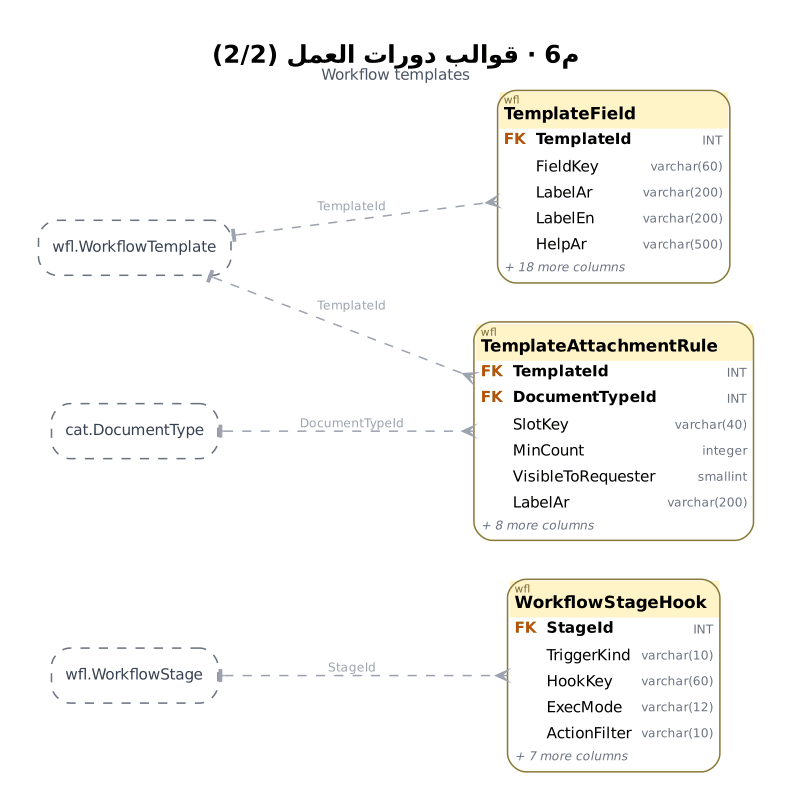
Before: treasury-platform/docs/diagrams/pro/m6_wf_templates_2.png, a diagram exported from Graphviz (thawrasy/smartlines). Its source is kept beside it as treasury-platform/docs/diagrams/pro/src/m6_wf_templates_2.dot. Its diagram source:
```dot
digraph G {
  graph [fontname="DejaVu Sans", label=<<B><FONT POINT-SIZE="16">م6 · قوالب دورات العمل (2/2)</FONT></B><BR/><FONT POINT-SIZE="10" COLOR="#4B5563">Workflow templates</FONT>>, labelloc=t, rankdir=LR, splines=true, nodesep=0.35, ranksep=1.25, pad=0.35, bgcolor="white", dpi=110];
  node [fontname="DejaVu Sans", fontsize=10];
  edge [fontname="DejaVu Sans", fontsize=8, color="#374151", arrowsize=0.75];
  "wfl.WorkflowStageHook" [shape=plain, label=<<TABLE BORDER="1" COLOR="#8A7A3A" CELLBORDER="0" CELLSPACING="0" CELLPADDING="3" STYLE="rounded" BGCOLOR="white"><TR><TD COLSPAN="3" BGCOLOR="#FFF4C7" ALIGN="LEFT"><FONT POINT-SIZE="7" COLOR="#7A6A2E">wfl</FONT><BR ALIGN="LEFT"/><FONT POINT-SIZE="11"><B>WorkflowStageHook</B></FONT></TD></TR><TR><TD ALIGN="LEFT"><FONT COLOR="#B45309"><B>FK</B></FONT></TD><TD ALIGN="LEFT"><B>StageId</B></TD><TD ALIGN="RIGHT"><FONT COLOR="#6B7280" POINT-SIZE="8">INT</FONT></TD></TR><TR><TD ALIGN="LEFT"></TD><TD ALIGN="LEFT">TriggerKind</TD><TD ALIGN="RIGHT"><FONT COLOR="#6B7280" POINT-SIZE="8">varchar(10)</FONT></TD></TR><TR><TD ALIGN="LEFT"></TD><TD ALIGN="LEFT">HookKey</TD><TD ALIGN="RIGHT"><FONT COLOR="#6B7280" POINT-SIZE="8">varchar(60)</FONT></TD></TR><TR><TD ALIGN="LEFT"></TD><TD ALIGN="LEFT">ExecMode</TD><TD ALIGN="RIGHT"><FONT COLOR="#6B7280" POINT-SIZE="8">varchar(12)</FONT></TD></TR><TR><TD ALIGN="LEFT"></TD><TD ALIGN="LEFT">ActionFilter</TD><TD ALIGN="RIGHT"><FONT COLOR="#6B7280" POINT-SIZE="8">varchar(10)</FONT></TD></TR><TR><TD COLSPAN="3" ALIGN="LEFT"><FONT POINT-SIZE="8" COLOR="#6B7280"><I>+ 7 more columns</I></FONT></TD></TR></TABLE>>];
  "wfl.TemplateField" [shape=plain, label=<<TABLE BORDER="1" COLOR="#8A7A3A" CELLBORDER="0" CELLSPACING="0" CELLPADDING="3" STYLE="rounded" BGCOLOR="white"><TR><TD COLSPAN="3" BGCOLOR="#FFF4C7" ALIGN="LEFT"><FONT POINT-SIZE="7" COLOR="#7A6A2E">wfl</FONT><BR ALIGN="LEFT"/><FONT POINT-SIZE="11"><B>TemplateField</B></FONT></TD></TR><TR><TD ALIGN="LEFT"><FONT COLOR="#B45309"><B>FK</B></FONT></TD><TD ALIGN="LEFT"><B>TemplateId</B></TD><TD ALIGN="RIGHT"><FONT COLOR="#6B7280" POINT-SIZE="8">INT</FONT></TD></TR><TR><TD ALIGN="LEFT"></TD><TD ALIGN="LEFT">FieldKey</TD><TD ALIGN="RIGHT"><FONT COLOR="#6B7280" POINT-SIZE="8">varchar(60)</FONT></TD></TR><TR><TD ALIGN="LEFT"></TD><TD ALIGN="LEFT">LabelAr</TD><TD ALIGN="RIGHT"><FONT COLOR="#6B7280" POINT-SIZE="8">varchar(200)</FONT></TD></TR><TR><TD ALIGN="LEFT"></TD><TD ALIGN="LEFT">LabelEn</TD><TD ALIGN="RIGHT"><FONT COLOR="#6B7280" POINT-SIZE="8">varchar(200)</FONT></TD></TR><TR><TD ALIGN="LEFT"></TD><TD ALIGN="LEFT">HelpAr</TD><TD ALIGN="RIGHT"><FONT COLOR="#6B7280" POINT-SIZE="8">varchar(500)</FONT></TD></TR><TR><TD COLSPAN="3" ALIGN="LEFT"><FONT POINT-SIZE="8" COLOR="#6B7280"><I>+ 18 more columns</I></FONT></TD></TR></TABLE>>];
  "wfl.TemplateAttachmentRule" [shape=plain, label=<<TABLE BORDER="1" COLOR="#8A7A3A" CELLBORDER="0" CELLSPACING="0" CELLPADDING="3" STYLE="rounded" BGCOLOR="white"><TR><TD COLSPAN="3" BGCOLOR="#FFF4C7" ALIGN="LEFT"><FONT POINT-SIZE="7" COLOR="#7A6A2E">wfl</FONT><BR ALIGN="LEFT"/><FONT POINT-SIZE="11"><B>TemplateAttachmentRule</B></FONT></TD></TR><TR><TD ALIGN="LEFT"><FONT COLOR="#B45309"><B>FK</B></FONT></TD><TD ALIGN="LEFT"><B>TemplateId</B></TD><TD ALIGN="RIGHT"><FONT COLOR="#6B7280" POINT-SIZE="8">INT</FONT></TD></TR><TR><TD ALIGN="LEFT"><FONT COLOR="#B45309"><B>FK</B></FONT></TD><TD ALIGN="LEFT"><B>DocumentTypeId</B></TD><TD ALIGN="RIGHT"><FONT COLOR="#6B7280" POINT-SIZE="8">INT</FONT></TD></TR><TR><TD ALIGN="LEFT"></TD><TD ALIGN="LEFT">SlotKey</TD><TD ALIGN="RIGHT"><FONT COLOR="#6B7280" POINT-SIZE="8">varchar(40)</FONT></TD></TR><TR><TD ALIGN="LEFT"></TD><TD ALIGN="LEFT">MinCount</TD><TD ALIGN="RIGHT"><FONT COLOR="#6B7280" POINT-SIZE="8">integer</FONT></TD></TR><TR><TD ALIGN="LEFT"></TD><TD ALIGN="LEFT">VisibleToRequester</TD><TD ALIGN="RIGHT"><FONT COLOR="#6B7280" POINT-SIZE="8">smallint</FONT></TD></TR><TR><TD ALIGN="LEFT"></TD><TD ALIGN="LEFT">LabelAr</TD><TD ALIGN="RIGHT"><FONT COLOR="#6B7280" POINT-SIZE="8">varchar(200)</FONT></TD></TR><TR><TD COLSPAN="3" ALIGN="LEFT"><FONT POINT-SIZE="8" COLOR="#6B7280"><I>+ 8 more columns</I></FONT></TD></TR></TABLE>>];
  "cat.DocumentType" [shape=box, style="rounded,dashed", color="#6B7280", fontcolor="#374151", margin="0.12,0.05", label="cat.DocumentType"];
  "wfl.WorkflowStage" [shape=box, style="rounded,dashed", color="#6B7280", fontcolor="#374151", margin="0.12,0.05", label="wfl.WorkflowStage"];
  "wfl.WorkflowTemplate" [shape=box, style="rounded,dashed", color="#6B7280", fontcolor="#374151", margin="0.12,0.05", label="wfl.WorkflowTemplate"];
  "cat.DocumentType" -> "wfl.TemplateAttachmentRule" [dir=both, arrowtail=tee, arrowhead=crow, style=dashed, color="#9CA3AF", fontcolor="#9CA3AF", label="DocumentTypeId"];
  "wfl.WorkflowStage" -> "wfl.WorkflowStageHook" [dir=both, arrowtail=tee, arrowhead=crow, style=dashed, color="#9CA3AF", fontcolor="#9CA3AF", label="StageId"];
  "wfl.WorkflowTemplate" -> "wfl.TemplateAttachmentRule" [dir=both, arrowtail=tee, arrowhead=crow, style=dashed, color="#9CA3AF", fontcolor="#9CA3AF", label="TemplateId"];
  "wfl.WorkflowTemplate" -> "wfl.TemplateField" [dir=both, arrowtail=tee, arrowhead=crow, style=dashed, color="#9CA3AF", fontcolor="#9CA3AF", label="TemplateId"];
}
```
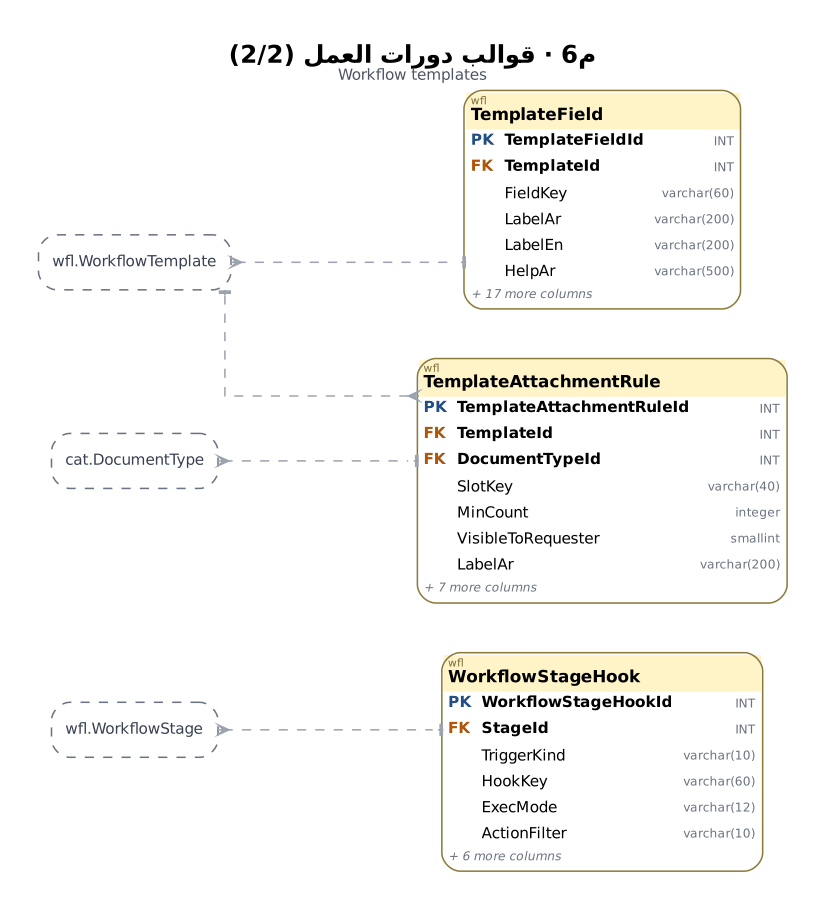
The same file after the commit.

Diff of the diagram source:
```diff
@@ -1,15 +1,15 @@
 digraph G {
-  graph [fontname="DejaVu Sans", label=<<B><FONT POINT-SIZE="16">م6 · قوالب دورات العمل (2/2)</FONT></B><BR/><FONT POINT-SIZE="10" COLOR="#4B5563">Workflow templates</FONT>>, labelloc=t, rankdir=LR, splines=true, nodesep=0.35, ranksep=1.25, pad=0.35, bgcolor="white", dpi=110];
+  graph [fontname="DejaVu Sans", label=<<B><FONT POINT-SIZE="16">م6 · قوالب دورات العمل (2/2)</FONT></B><BR/><FONT POINT-SIZE="10" COLOR="#4B5563">Workflow templates</FONT>>, labelloc=t, rankdir=LR, splines=ortho, nodesep=0.45, ranksep=1.7, pad=0.35, bgcolor="white", dpi=110];
   node [fontname="DejaVu Sans", fontsize=10];
   edge [fontname="DejaVu Sans", fontsize=8, color="#374151", arrowsize=0.75];
-  "wfl.WorkflowStageHook" [shape=plain, label=<<TABLE BORDER="1" COLOR="#8A7A3A" CELLBORDER="0" CELLSPACING="0" CELLPADDING="3" STYLE="rounded" BGCOLOR="white"><TR><TD COLSPAN="3" BGCOLOR="#FFF4C7" ALIGN="LEFT"><FONT POINT-SIZE="7" COLOR="#7A6A2E">wfl</FONT><BR ALIGN="LEFT"/><FONT POINT-SIZE="11"><B>WorkflowStageHook</B></FONT></TD></TR><TR><TD ALIGN="LEFT"><FONT COLOR="#B45309"><B>FK</B></FONT></TD><TD ALIGN="LEFT"><B>StageId</B></TD><TD ALIGN="RIGHT"><FONT COLOR="#6B7280" POINT-SIZE="8">INT</FONT></TD></TR><TR><TD ALIGN="LEFT"></TD><TD ALIGN="LEFT">TriggerKind</TD><TD ALIGN="RIGHT"><FONT COLOR="#6B7280" POINT-SIZE="8">varchar(10)</FONT></TD></TR><TR><TD ALIGN="LEFT"></TD><TD ALIGN="LEFT">HookKey</TD><TD ALIGN="RIGHT"><FONT COLOR="#6B7280" POINT-SIZE="8">varchar(60)</FONT></TD></TR><TR><TD ALIGN="LEFT"></TD><TD ALIGN="LEFT">ExecMode</TD><TD ALIGN="RIGHT"><FONT COLOR="#6B7280" POINT-SIZE="8">varchar(12)</FONT></TD></TR><TR><TD ALIGN="LEFT"></TD><TD ALIGN="LEFT">ActionFilter</TD><TD ALIGN="RIGHT"><FONT COLOR="#6B7280" POINT-SIZE="8">varchar(10)</FONT></TD></TR><TR><TD COLSPAN="3" ALIGN="LEFT"><FONT POINT-SIZE="8" COLOR="#6B7280"><I>+ 7 more columns</I></FONT></TD></TR></TABLE>>];
-  "wfl.TemplateField" [shape=plain, label=<<TABLE BORDER="1" COLOR="#8A7A3A" CELLBORDER="0" CELLSPACING="0" CELLPADDING="3" STYLE="rounded" BGCOLOR="white"><TR><TD COLSPAN="3" BGCOLOR="#FFF4C7" ALIGN="LEFT"><FONT POINT-SIZE="7" COLOR="#7A6A2E">wfl</FONT><BR ALIGN="LEFT"/><FONT POINT-SIZE="11"><B>TemplateField</B></FONT></TD></TR><TR><TD ALIGN="LEFT"><FONT COLOR="#B45309"><B>FK</B></FONT></TD><TD ALIGN="LEFT"><B>TemplateId</B></TD><TD ALIGN="RIGHT"><FONT COLOR="#6B7280" POINT-SIZE="8">INT</FONT></TD></TR><TR><TD ALIGN="LEFT"></TD><TD ALIGN="LEFT">FieldKey</TD><TD ALIGN="RIGHT"><FONT COLOR="#6B7280" POINT-SIZE="8">varchar(60)</FONT></TD></TR><TR><TD ALIGN="LEFT"></TD><TD ALIGN="LEFT">LabelAr</TD><TD ALIGN="RIGHT"><FONT COLOR="#6B7280" POINT-SIZE="8">varchar(200)</FONT></TD></TR><TR><TD ALIGN="LEFT"></TD><TD ALIGN="LEFT">LabelEn</TD><TD ALIGN="RIGHT"><FONT COLOR="#6B7280" POINT-SIZE="8">varchar(200)</FONT></TD></TR><TR><TD ALIGN="LEFT"></TD><TD ALIGN="LEFT">HelpAr</TD><TD ALIGN="RIGHT"><FONT COLOR="#6B7280" POINT-SIZE="8">varchar(500)</FONT></TD></TR><TR><TD COLSPAN="3" ALIGN="LEFT"><FONT POINT-SIZE="8" COLOR="#6B7280"><I>+ 18 more columns</I></FONT></TD></TR></TABLE>>];
-  "wfl.TemplateAttachmentRule" [shape=plain, label=<<TABLE BORDER="1" COLOR="#8A7A3A" CELLBORDER="0" CELLSPACING="0" CELLPADDING="3" STYLE="rounded" BGCOLOR="white"><TR><TD COLSPAN="3" BGCOLOR="#FFF4C7" ALIGN="LEFT"><FONT POINT-SIZE="7" COLOR="#7A6A2E">wfl</FONT><BR ALIGN="LEFT"/><FONT POINT-SIZE="11"><B>TemplateAttachmentRule</B></FONT></TD></TR><TR><TD ALIGN="LEFT"><FONT COLOR="#B45309"><B>FK</B></FONT></TD><TD ALIGN="LEFT"><B>TemplateId</B></TD><TD ALIGN="RIGHT"><FONT COLOR="#6B7280" POINT-SIZE="8">INT</FONT></TD></TR><TR><TD ALIGN="LEFT"><FONT COLOR="#B45309"><B>FK</B></FONT></TD><TD ALIGN="LEFT"><B>DocumentTypeId</B></TD><TD ALIGN="RIGHT"><FONT COLOR="#6B7280" POINT-SIZE="8">INT</FONT></TD></TR><TR><TD ALIGN="LEFT"></TD><TD ALIGN="LEFT">SlotKey</TD><TD ALIGN="RIGHT"><FONT COLOR="#6B7280" POINT-SIZE="8">varchar(40)</FONT></TD></TR><TR><TD ALIGN="LEFT"></TD><TD ALIGN="LEFT">MinCount</TD><TD ALIGN="RIGHT"><FONT COLOR="#6B7280" POINT-SIZE="8">integer</FONT></TD></TR><TR><TD ALIGN="LEFT"></TD><TD ALIGN="LEFT">VisibleToRequester</TD><TD ALIGN="RIGHT"><FONT COLOR="#6B7280" POINT-SIZE="8">smallint</FONT></TD></TR><TR><TD ALIGN="LEFT"></TD><TD ALIGN="LEFT">LabelAr</TD><TD ALIGN="RIGHT"><FONT COLOR="#6B7280" POINT-SIZE="8">varchar(200)</FONT></TD></TR><TR><TD COLSPAN="3" ALIGN="LEFT"><FONT POINT-SIZE="8" COLOR="#6B7280"><I>+ 8 more columns</I></FONT></TD></TR></TABLE>>];
+  "wfl.WorkflowStageHook" [shape=plain, label=<<TABLE BORDER="1" COLOR="#8A7A3A" CELLBORDER="0" CELLSPACING="0" CELLPADDING="3" STYLE="rounded" BGCOLOR="white"><TR><TD COLSPAN="3" BGCOLOR="#FFF4C7" ALIGN="LEFT"><FONT POINT-SIZE="7" COLOR="#7A6A2E">wfl</FONT><BR ALIGN="LEFT"/><FONT POINT-SIZE="11"><B>WorkflowStageHook</B></FONT></TD></TR><TR><TD ALIGN="LEFT" PORT="WorkflowStageHookId"><FONT COLOR="#1D4E89"><B>PK</B></FONT></TD><TD ALIGN="LEFT" PORT="WorkflowStageHookId"><B>WorkflowStageHookId</B></TD><TD ALIGN="RIGHT" PORT="WorkflowStageHookId"><FONT COLOR="#6B7280" POINT-SIZE="8">INT</FONT></TD></TR><TR><TD ALIGN="LEFT" PORT="StageId"><FONT COLOR="#B45309"><B>FK</B></FONT></TD><TD ALIGN="LEFT" PORT="StageId"><B>StageId</B></TD><TD ALIGN="RIGHT" PORT="StageId"><FONT COLOR="#6B7280" POINT-SIZE="8">INT</FONT></TD></TR><TR><TD ALIGN="LEFT"></TD><TD ALIGN="LEFT">TriggerKind</TD><TD ALIGN="RIGHT"><FONT COLOR="#6B7280" POINT-SIZE="8">varchar(10)</FONT></TD></TR><TR><TD ALIGN="LEFT"></TD><TD ALIGN="LEFT">HookKey</TD><TD ALIGN="RIGHT"><FONT COLOR="#6B7280" POINT-SIZE="8">varchar(60)</FONT></TD></TR><TR><TD ALIGN="LEFT"></TD><TD ALIGN="LEFT">ExecMode</TD><TD ALIGN="RIGHT"><FONT COLOR="#6B7280" POINT-SIZE="8">varchar(12)</FONT></TD></TR><TR><TD ALIGN="LEFT"></TD><TD ALIGN="LEFT">ActionFilter</TD><TD ALIGN="RIGHT"><FONT COLOR="#6B7280" POINT-SIZE="8">varchar(10)</FONT></TD></TR><TR><TD COLSPAN="3" ALIGN="LEFT"><FONT POINT-SIZE="8" COLOR="#6B7280"><I>+ 6 more columns</I></FONT></TD></TR></TABLE>>];
+  "wfl.TemplateField" [shape=plain, label=<<TABLE BORDER="1" COLOR="#8A7A3A" CELLBORDER="0" CELLSPACING="0" CELLPADDING="3" STYLE="rounded" BGCOLOR="white"><TR><TD COLSPAN="3" BGCOLOR="#FFF4C7" ALIGN="LEFT"><FONT POINT-SIZE="7" COLOR="#7A6A2E">wfl</FONT><BR ALIGN="LEFT"/><FONT POINT-SIZE="11"><B>TemplateField</B></FONT></TD></TR><TR><TD ALIGN="LEFT" PORT="TemplateFieldId"><FONT COLOR="#1D4E89"><B>PK</B></FONT></TD><TD ALIGN="LEFT" PORT="TemplateFieldId"><B>TemplateFieldId</B></TD><TD ALIGN="RIGHT" PORT="TemplateFieldId"><FONT COLOR="#6B7280" POINT-SIZE="8">INT</FONT></TD></TR><TR><TD ALIGN="LEFT" PORT="TemplateId"><FONT COLOR="#B45309"><B>FK</B></FONT></TD><TD ALIGN="LEFT" PORT="TemplateId"><B>TemplateId</B></TD><TD ALIGN="RIGHT" PORT="TemplateId"><FONT COLOR="#6B7280" POINT-SIZE="8">INT</FONT></TD></TR><TR><TD ALIGN="LEFT"></TD><TD ALIGN="LEFT">FieldKey</TD><TD ALIGN="RIGHT"><FONT COLOR="#6B7280" POINT-SIZE="8">varchar(60)</FONT></TD></TR><TR><TD ALIGN="LEFT"></TD><TD ALIGN="LEFT">LabelAr</TD><TD ALIGN="RIGHT"><FONT COLOR="#6B7280" POINT-SIZE="8">varchar(200)</FONT></TD></TR><TR><TD ALIGN="LEFT"></TD><TD ALIGN="LEFT">LabelEn</TD><TD ALIGN="RIGHT"><FONT COLOR="#6B7280" POINT-SIZE="8">varchar(200)</FONT></TD></TR><TR><TD ALIGN="LEFT"></TD><TD ALIGN="LEFT">HelpAr</TD><TD ALIGN="RIGHT"><FONT COLOR="#6B7280" POINT-SIZE="8">varchar(500)</FONT></TD></TR><TR><TD COLSPAN="3" ALIGN="LEFT"><FONT POINT-SIZE="8" COLOR="#6B7280"><I>+ 17 more columns</I></FONT></TD></TR></TABLE>>];
+  "wfl.TemplateAttachmentRule" [shape=plain, label=<<TABLE BORDER="1" COLOR="#8A7A3A" CELLBORDER="0" CELLSPACING="0" CELLPADDING="3" STYLE="rounded" BGCOLOR="white"><TR><TD COLSPAN="3" BGCOLOR="#FFF4C7" ALIGN="LEFT"><FONT POINT-SIZE="7" COLOR="#7A6A2E">wfl</FONT><BR ALIGN="LEFT"/><FONT POINT-SIZE="11"><B>TemplateAttachmentRule</B></FONT></TD></TR><TR><TD ALIGN="LEFT" PORT="TemplateAttachmentRuleId"><FONT COLOR="#1D4E89"><B>PK</B></FONT></TD><TD ALIGN="LEFT" PORT="TemplateAttachmentRuleId"><B>TemplateAttachmentRuleId</B></TD><TD ALIGN="RIGHT" PORT="TemplateAttachmentRuleId"><FONT COLOR="#6B7280" POINT-SIZE="8">INT</FONT></TD></TR><TR><TD ALIGN="LEFT" PORT="TemplateId"><FONT COLOR="#B45309"><B>FK</B></FONT></TD><TD ALIGN="LEFT" PORT="TemplateId"><B>TemplateId</B></TD><TD ALIGN="RIGHT" PORT="TemplateId"><FONT COLOR="#6B7280" POINT-SIZE="8">INT</FONT></TD></TR><TR><TD ALIGN="LEFT" PORT="DocumentTypeId"><FONT COLOR="#B45309"><B>FK</B></FONT></TD><TD ALIGN="LEFT" PORT="DocumentTypeId"><B>DocumentTypeId</B></TD><TD ALIGN="RIGHT" PORT="DocumentTypeId"><FONT COLOR="#6B7280" POINT-SIZE="8">INT</FONT></TD></TR><TR><TD ALIGN="LEFT"></TD><TD ALIGN="LEFT">SlotKey</TD><TD ALIGN="RIGHT"><FONT COLOR="#6B7280" POINT-SIZE="8">varchar(40)</FONT></TD></TR><TR><TD ALIGN="LEFT"></TD><TD ALIGN="LEFT">MinCount</TD><TD ALIGN="RIGHT"><FONT COLOR="#6B7280" POINT-SIZE="8">integer</FONT></TD></TR><TR><TD ALIGN="LEFT"></TD><TD ALIGN="LEFT">VisibleToRequester</TD><TD ALIGN="RIGHT"><FONT COLOR="#6B7280" POINT-SIZE="8">smallint</FONT></TD></TR><TR><TD ALIGN="LEFT"></TD><TD ALIGN="LEFT">LabelAr</TD><TD ALIGN="RIGHT"><FONT COLOR="#6B7280" POINT-SIZE="8">varchar(200)</FONT></TD></TR><TR><TD COLSPAN="3" ALIGN="LEFT"><FONT POINT-SIZE="8" COLOR="#6B7280"><I>+ 7 more columns</I></FONT></TD></TR></TABLE>>];
   "cat.DocumentType" [shape=box, style="rounded,dashed", color="#6B7280", fontcolor="#374151", margin="0.12,0.05", label="cat.DocumentType"];
   "wfl.WorkflowStage" [shape=box, style="rounded,dashed", color="#6B7280", fontcolor="#374151", margin="0.12,0.05", label="wfl.WorkflowStage"];
   "wfl.WorkflowTemplate" [shape=box, style="rounded,dashed", color="#6B7280", fontcolor="#374151", margin="0.12,0.05", label="wfl.WorkflowTemplate"];
-  "cat.DocumentType" -> "wfl.TemplateAttachmentRule" [dir=both, arrowtail=tee, arrowhead=crow, style=dashed, color="#9CA3AF", fontcolor="#9CA3AF", label="DocumentTypeId"];
-  "wfl.WorkflowStage" -> "wfl.WorkflowStageHook" [dir=both, arrowtail=tee, arrowhead=crow, style=dashed, color="#9CA3AF", fontcolor="#9CA3AF", label="StageId"];
-  "wfl.WorkflowTemplate" -> "wfl.TemplateAttachmentRule" [dir=both, arrowtail=tee, arrowhead=crow, style=dashed, color="#9CA3AF", fontcolor="#9CA3AF", label="TemplateId"];
-  "wfl.WorkflowTemplate" -> "wfl.TemplateField" [dir=both, arrowtail=tee, arrowhead=crow, style=dashed, color="#9CA3AF", fontcolor="#9CA3AF", label="TemplateId"];
+  "wfl.WorkflowStage" -> "wfl.WorkflowStageHook":"StageId":w [dir=both, arrowtail=tee, arrowhead=crow, style=dashed, color="#9CA3AF", arrowsize=0.7];
+  "wfl.WorkflowTemplate" -> "wfl.TemplateField":"TemplateId":w [dir=both, arrowtail=tee, arrowhead=crow, style=dashed, color="#9CA3AF", arrowsize=0.7];
+  "wfl.WorkflowTemplate" -> "wfl.TemplateAttachmentRule":"TemplateId":w [dir=both, arrowtail=tee, arrowhead=crow, style=dashed, color="#9CA3AF", arrowsize=0.7];
+  "cat.DocumentType" -> "wfl.TemplateAttachmentRule":"DocumentTypeId":w [dir=both, arrowtail=tee, arrowhead=crow, style=dashed, color="#9CA3AF", arrowsize=0.7];
 }
```
